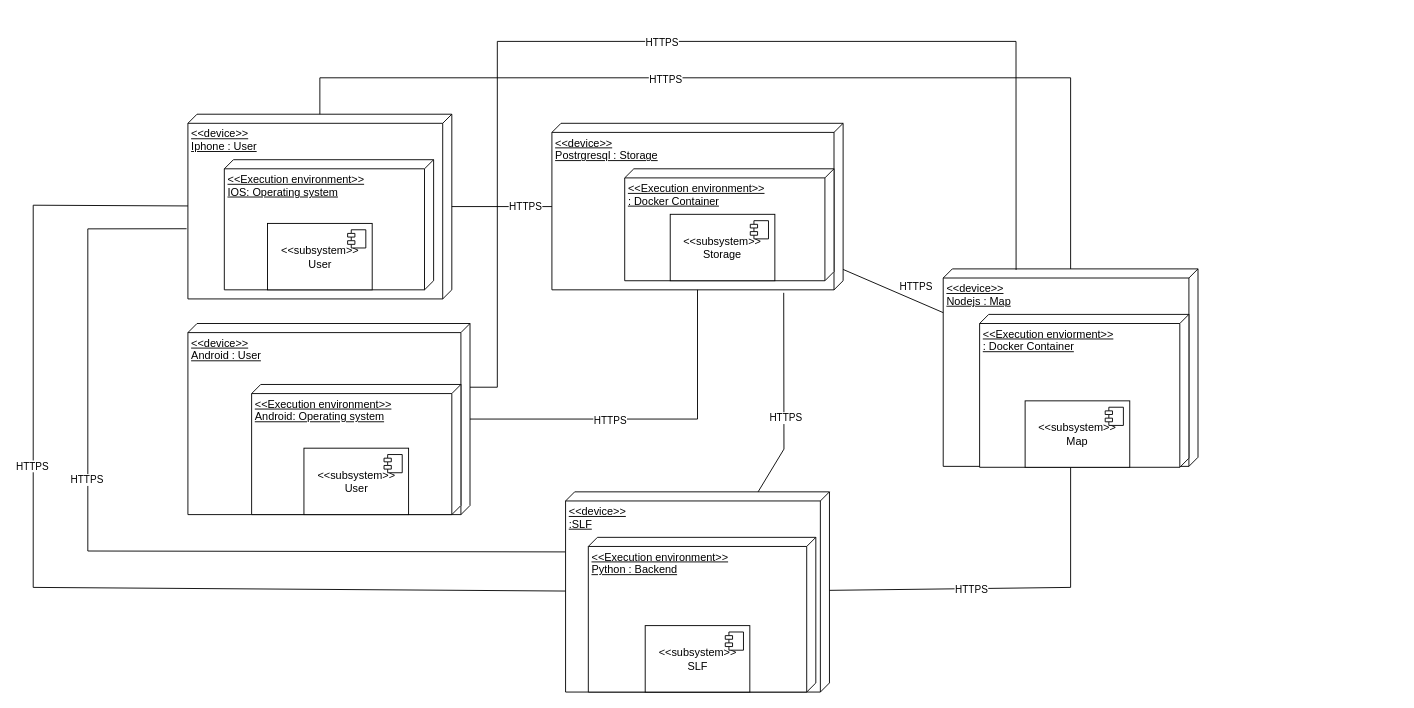
The draw.io diagram FinalProject.drawio in sirfan123/1530, before the edit. Source tidied: cells renumbered, new cells numbered last; positions are measured from the earlier drawing's top-left corner, leaving out a move shared by most shapes. Both pictures are drawn from the tidied source at 91%, with x=0, y=0 at pixel (33, 41).
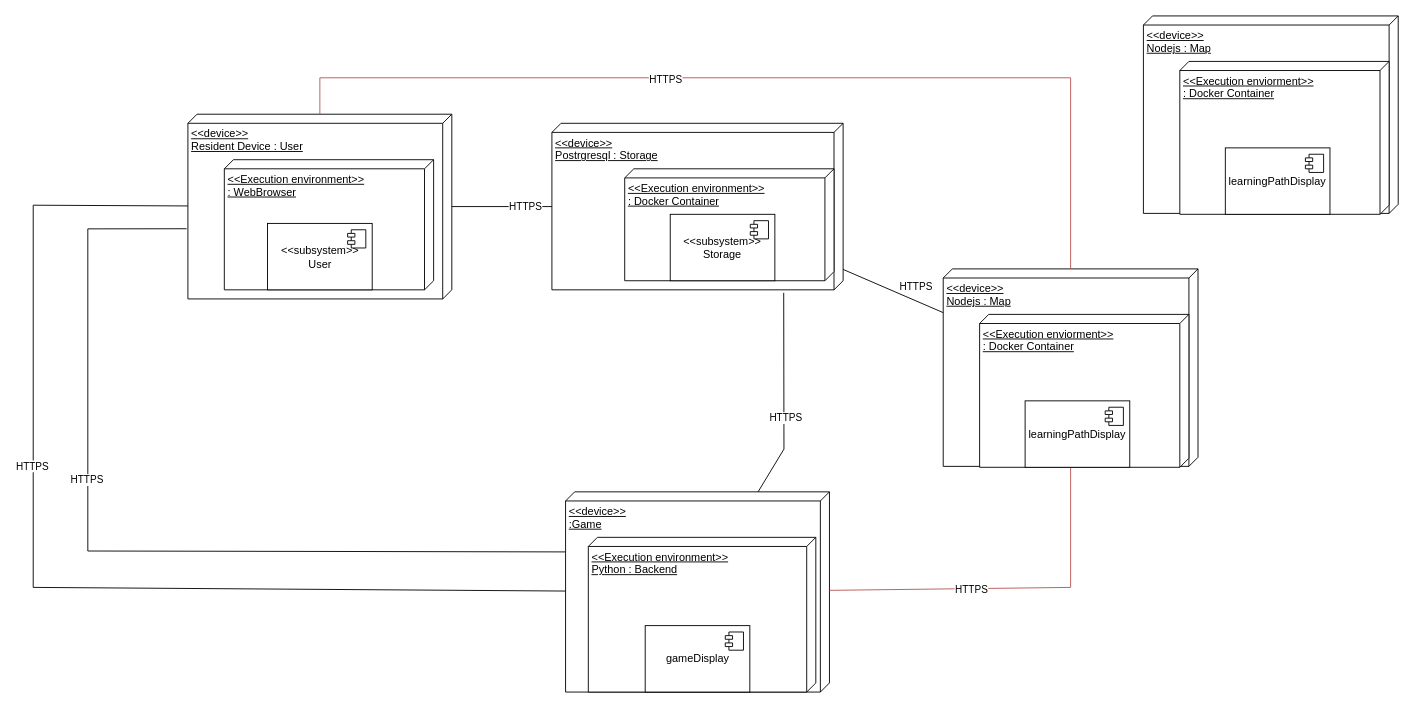
Above is the later version.

The change refers to these unchanged cells:
```xml
<mxCell id="7" value="&amp;lt;&amp;lt;device&amp;gt;&amp;gt;&lt;br&gt;Postrgresql : Storage" style="verticalAlign=top;align=left;spacingTop=8;spacingLeft=2;spacingRight=12;shape=cube;size=10;direction=south;fontStyle=4;html=1;whiteSpace=wrap;" parent="1" vertex="1">
  <mxGeometry x="570" y="90" width="320" height="183" as="geometry" />
</mxCell>
<mxCell id="22" value="&amp;lt;&amp;lt;device&amp;gt;&amp;gt;&lt;br&gt;Nodejs : Map" style="verticalAlign=top;align=left;spacingTop=8;spacingLeft=2;spacingRight=12;shape=cube;size=10;direction=south;fontStyle=4;html=1;whiteSpace=wrap;" parent="1" vertex="1">
  <mxGeometry x="1000" y="250" width="280" height="217" as="geometry" />
</mxCell>
```

The edit, as a diff of the source:
```diff
@@
-    <mxCell id="2" value="&amp;lt;&amp;lt;device&amp;gt;&amp;gt;&lt;br&gt;Iphone : User" style="verticalAlign=top;align=left;spacingTop=8;spacingLeft=2;spacingRight=12;shape=cube;size=10;direction=south;fontStyle=4;html=1;whiteSpace=wrap;" parent="1" vertex="1">
+    <mxCell id="2" value="&amp;lt;&amp;lt;device&amp;gt;&amp;gt;&lt;br&gt;Resident Device : User" style="verticalAlign=top;align=left;spacingTop=8;spacingLeft=2;spacingRight=12;shape=cube;size=10;direction=south;fontStyle=4;html=1;whiteSpace=wrap;" parent="1" vertex="1">
       <mxGeometry x="170" y="80" width="290" height="203" as="geometry" />
     </mxCell>
-    <mxCell id="3" value="&amp;lt;&amp;lt;device&amp;gt;&amp;gt;&lt;br&gt;Android : User" style="verticalAlign=top;align=left;spacingTop=8;spacingLeft=2;spacingRight=12;shape=cube;size=10;direction=south;fontStyle=4;html=1;whiteSpace=wrap;" parent="1" vertex="1">
-      <mxGeometry x="170" y="310" width="310" height="210" as="geometry" />
-    </mxCell>
-    <mxCell id="4" value="&amp;lt;&amp;lt;Execution environment&amp;gt;&amp;gt;&lt;br&gt;IOS: Operating system" style="verticalAlign=top;align=left;spacingTop=8;spacingLeft=2;spacingRight=12;shape=cube;size=10;direction=south;fontStyle=4;html=1;whiteSpace=wrap;" parent="1" vertex="1">
+    <mxCell id="4" value="&amp;lt;&amp;lt;Execution environment&amp;gt;&amp;gt;&lt;br&gt;: WebBrowser" style="verticalAlign=top;align=left;spacingTop=8;spacingLeft=2;spacingRight=12;shape=cube;size=10;direction=south;fontStyle=4;html=1;whiteSpace=wrap;" parent="1" vertex="1">
       <mxGeometry x="210" y="130" width="230" height="143" as="geometry" />
     </mxCell>
@@
-    <mxCell id="11" value="&amp;lt;&amp;lt;Execution environment&amp;gt;&amp;gt;&lt;br&gt;Android: Operating system" style="verticalAlign=top;align=left;spacingTop=8;spacingLeft=2;spacingRight=12;shape=cube;size=10;direction=south;fontStyle=4;html=1;whiteSpace=wrap;" parent="1" vertex="1">
-      <mxGeometry x="240" y="377" width="230" height="143" as="geometry" />
-    </mxCell>
-    <mxCell id="12" style="endArrow=none;html=1;rounded=0;" parent="1" edge="1" source="3" target="7">
-      <mxGeometry relative="1" as="geometry">
-        <Array as="points">
-          <mxPoint x="730" y="415" />
-        </Array>
-      </mxGeometry>
-    </mxCell>
-    <mxCell id="13" value="HTTPS" style="edgeLabel;html=1;align=center;verticalAlign=middle;" parent="12" vertex="1">
-      <mxGeometry x="-0.22" y="-2" relative="1" as="geometry">
-        <mxPoint y="-1" as="offset" />
-      </mxGeometry>
-    </mxCell>
-    <mxCell id="14" value="&amp;lt;&amp;lt;device&amp;gt;&amp;gt;&lt;br&gt;:SLF" style="verticalAlign=top;align=left;spacingTop=8;spacingLeft=2;spacingRight=12;shape=cube;size=10;direction=south;fontStyle=4;html=1;whiteSpace=wrap;" parent="1" vertex="1">
+    <mxCell id="14" value="&amp;lt;&amp;lt;device&amp;gt;&amp;gt;&lt;br&gt;:Game" style="verticalAlign=top;align=left;spacingTop=8;spacingLeft=2;spacingRight=12;shape=cube;size=10;direction=south;fontStyle=4;html=1;whiteSpace=wrap;" parent="1" vertex="1">
       <mxGeometry x="585" y="495" width="290" height="220" as="geometry" />
     </mxCell>
@@
-    <mxCell id="24" style="endArrow=none;html=1;rounded=0;" parent="1" edge="1" source="2" target="22">
+    <mxCell id="24" style="endArrow=none;html=1;rounded=0;fillColor=#f8cecc;strokeColor=#b85450;" parent="1" edge="1" source="2" target="22">
       <mxGeometry relative="1" as="geometry">
         <Array as="points">
           <mxPoint x="315" y="40" />
           <mxPoint x="1140" y="40" />
         </Array>
       </mxGeometry>
     </mxCell>
@@
-    <mxCell id="26" style="endArrow=none;html=1;rounded=0;entryX=0.005;entryY=0.714;entryDx=0;entryDy=0;entryPerimeter=0;" parent="1" edge="1" target="22">
-      <mxGeometry relative="1" as="geometry">
-        <mxPoint x="480" y="380" as="sourcePoint" />
-        <Array as="points">
-          <mxPoint x="510" y="380" />
-          <mxPoint x="510" />
-          <mxPoint x="1080" />
-        </Array>
-      </mxGeometry>
-    </mxCell>
-    <mxCell id="27" value="HTTPS" style="edgeLabel;html=1;align=center;verticalAlign=middle;" parent="26" vertex="1">
-      <mxGeometry x="-0.22" y="-2" relative="1" as="geometry">
-        <mxPoint x="110" y="-2" as="offset" />
-      </mxGeometry>
-    </mxCell>
-    <mxCell id="28" style="endArrow=none;html=1;rounded=0;" parent="1" edge="1" source="14" target="22">
+    <mxCell id="28" style="endArrow=none;html=1;rounded=0;fillColor=#f8cecc;strokeColor=#b85450;" parent="1" edge="1" source="14" target="22">
       <mxGeometry relative="1" as="geometry">
         <Array as="points">
           <mxPoint x="1140" y="600" />
         </Array>
       </mxGeometry>
     </mxCell>
@@
-    <mxCell id="32" value="&amp;lt;&amp;lt;subsystem&amp;gt;&amp;gt;&lt;br&gt;User" style="html=1;whiteSpace=wrap;" parent="1" vertex="1">
-      <mxGeometry x="297.5" y="447" width="115" height="73" as="geometry" />
-    </mxCell>
-    <mxCell id="33" style="shape=module;jettyWidth=8;jettyHeight=4;" parent="32" vertex="1">
-      <mxGeometry x="1" width="20" height="20" relative="1" as="geometry">
-        <mxPoint x="-27" y="7" as="offset" />
-      </mxGeometry>
-    </mxCell>
@@
-    <mxCell id="36" value="&amp;lt;&amp;lt;subsystem&amp;gt;&amp;gt;&lt;br&gt;SLF" style="html=1;whiteSpace=wrap;" parent="1" vertex="1">
+    <mxCell id="36" value="gameDisplay" style="html=1;whiteSpace=wrap;" parent="1" vertex="1">
       <mxGeometry x="672.5" y="642" width="115" height="73" as="geometry" />
     </mxCell>
@@
-    <mxCell id="38" value="&amp;lt;&amp;lt;subsystem&amp;gt;&amp;gt;&lt;br&gt;Map" style="html=1;whiteSpace=wrap;" parent="1" vertex="1">
+    <mxCell id="38" value="learningPathDisplay" style="html=1;whiteSpace=wrap;" parent="1" vertex="1">
       <mxGeometry x="1090" y="395" width="115" height="73" as="geometry" />
     </mxCell>
@@
+    <mxCell id="40" value="&amp;lt;&amp;lt;device&amp;gt;&amp;gt;&lt;br&gt;Nodejs : Map" style="verticalAlign=top;align=left;spacingTop=8;spacingLeft=2;spacingRight=12;shape=cube;size=10;direction=south;fontStyle=4;html=1;whiteSpace=wrap;" parent="1" vertex="1">
+      <mxGeometry x="1220" y="-28" width="280" height="217" as="geometry" />
+    </mxCell>
+    <mxCell id="41" value="&amp;lt;&amp;lt;Execution enviorment&amp;gt;&amp;gt;&lt;br style=&quot;border-color: var(--border-color);&quot;&gt;: Docker Container&lt;br&gt;&lt;br&gt;" style="verticalAlign=top;align=left;spacingTop=8;spacingLeft=2;spacingRight=12;shape=cube;size=10;direction=south;fontStyle=4;html=1;whiteSpace=wrap;" parent="1" vertex="1">
+      <mxGeometry x="1260" y="22" width="230" height="168" as="geometry" />
+    </mxCell>
+    <mxCell id="42" value="learningPathDisplay" style="html=1;whiteSpace=wrap;" parent="1" vertex="1">
+      <mxGeometry x="1310" y="117" width="115" height="73" as="geometry" />
+    </mxCell>
+    <mxCell id="43" style="shape=module;jettyWidth=8;jettyHeight=4;" parent="42" vertex="1">
+      <mxGeometry x="1" width="20" height="20" relative="1" as="geometry">
+        <mxPoint x="-27" y="7" as="offset" />
+      </mxGeometry>
+    </mxCell>
```
